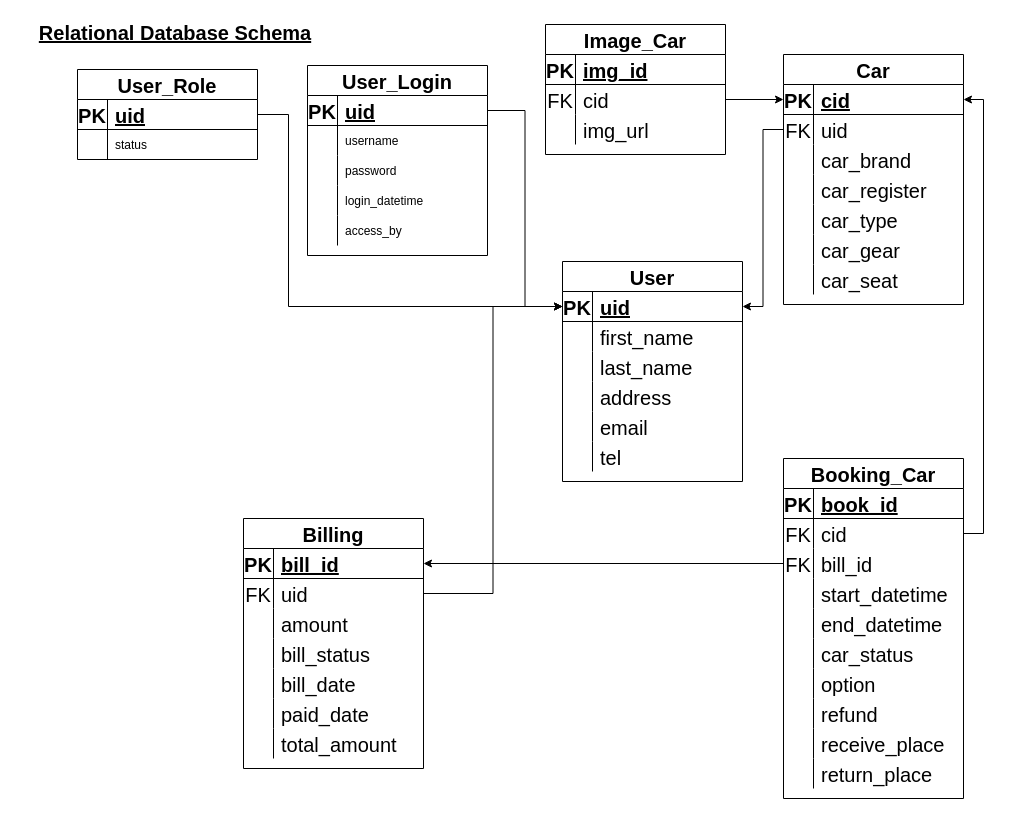
The draw.io diagram page "Relational Database Schema" (2 of 4) of Online_Car_Rental_System.drawio in Werayootk/Online_Car_Rental_System, before the edit. Source tidied: cells renumbered, new cells numbered last; positions are measured from the earlier drawing's top-left corner, leaving out a move shared by most shapes. Both pictures are drawn from the tidied source at 100%, with x=0, y=0 at pixel (17, 17).
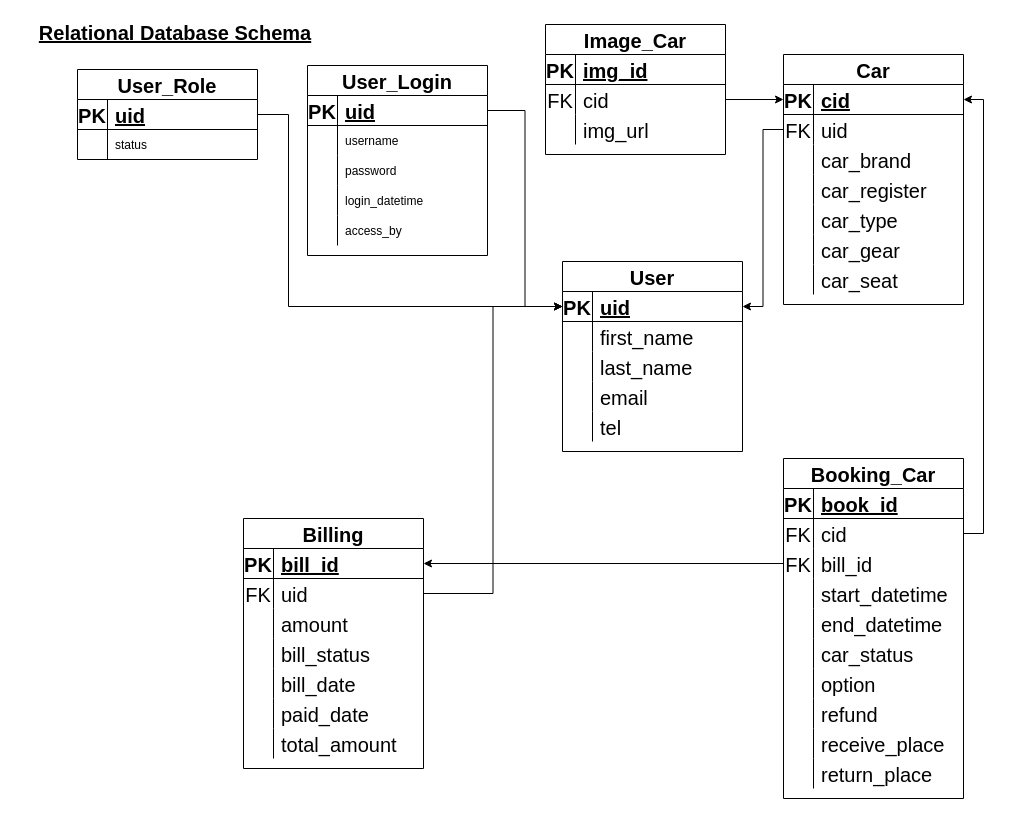
Above is the later version.

Diff of the diagram source:
```diff
@@
     <mxCell id="3" value="User" style="shape=table;startSize=30;childLayout=tableLayout;rowLines=0;fontStyle=1;align=center;fontSize=20;strokeColor=default;fillColor=none;" parent="1" vertex="1">
-      <mxGeometry x="545" y="244" width="180" height="220" as="geometry" />
+      <mxGeometry x="545" y="244" width="180" height="190" as="geometry" />
     </mxCell>
@@
-    <mxCell id="13" style="shape=partialRectangle;fillColor=none;top=0;left=0;bottom=0;right=0;fontSize=20;strokeColor=default;" parent="3" vertex="1">
-      <mxGeometry y="120" width="180" height="30" as="geometry" />
-    </mxCell>
-    <mxCell id="14" style="shape=partialRectangle;fillColor=none;top=0;left=0;bottom=0;right=0;overflow=hidden;fontSize=20;strokeColor=default;" parent="13" vertex="1">
-      <mxGeometry width="30" height="30" as="geometry" />
-    </mxCell>
-    <mxCell id="15" value="address" style="shape=partialRectangle;fillColor=none;top=0;left=0;bottom=0;right=0;align=left;spacingLeft=6;overflow=hidden;fontSize=20;strokeColor=default;" parent="13" vertex="1">
-      <mxGeometry x="30" width="150" height="30" as="geometry" />
-    </mxCell>
     <mxCell id="16" style="shape=partialRectangle;fillColor=none;top=0;left=0;bottom=0;right=0;fontSize=20;strokeColor=default;" parent="3" vertex="1">
-      <mxGeometry y="150" width="180" height="30" as="geometry" />
+      <mxGeometry y="120" width="180" height="30" as="geometry" />
     </mxCell>
@@
     <mxCell id="19" style="shape=partialRectangle;fillColor=none;top=0;left=0;bottom=0;right=0;fontSize=20;strokeColor=default;" parent="3" vertex="1">
-      <mxGeometry y="180" width="180" height="30" as="geometry" />
+      <mxGeometry y="150" width="180" height="30" as="geometry" />
     </mxCell>
```
